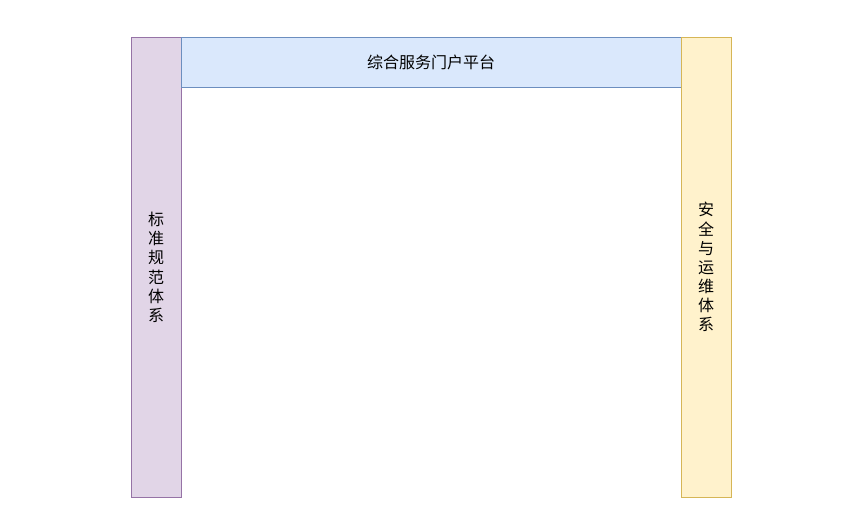
Above: 党校架构.drawio in JaceLu/Docs (draw.io), before the change. Source tidied: cells renumbered, new cells numbered last; positions are measured from the earlier drawing's top-left corner, leaving out a move shared by most shapes. Both pictures are drawn from the tidied source at 100%, with x=0, y=0 at pixel (131, 37).
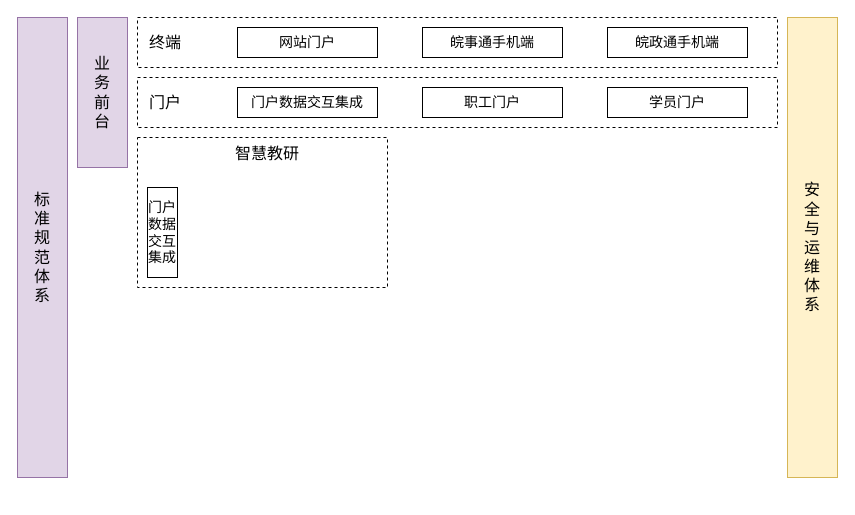
Above is the later version.

Commit message:
更新党校架构.drawio

What changed in the source:
```diff
@@
 <mxGraphModel>
   <root>
     <mxCell id="0" />
     <mxCell id="1" parent="0" />
     <mxCell id="2" value="标准规范体系" style="rounded=0;whiteSpace=wrap;html=1;fillColor=#e1d5e7;strokeColor=#9673a6;horizontal=1;fontSize=16;spacingLeft=10;spacingRight=10;" parent="1" vertex="1">
-      <mxGeometry width="50" height="460" as="geometry" />
+      <mxGeometry x="-114" y="-20" width="50" height="460" as="geometry" />
     </mxCell>
-    <mxCell id="3" value="综合服务门户平台" style="rounded=0;whiteSpace=wrap;html=1;fillColor=#dae8fc;strokeColor=#6c8ebf;fontSize=16;" parent="1" vertex="1">
-      <mxGeometry x="50" width="500" height="50" as="geometry" />
-    </mxCell>
     <mxCell id="4" value="安全与运维体系" style="rounded=0;whiteSpace=wrap;html=1;fillColor=#fff2cc;strokeColor=#d6b656;horizontal=1;fontSize=16;spacingLeft=10;spacingRight=10;" parent="1" vertex="1">
-      <mxGeometry x="550" width="50" height="460" as="geometry" />
+      <mxGeometry x="656" y="-20" width="50" height="460" as="geometry" />
     </mxCell>
+    <mxCell id="5" value="终端" style="rounded=0;whiteSpace=wrap;html=1;fontSize=16;align=left;spacingLeft=10;dashed=1;" parent="1" vertex="1">
+      <mxGeometry x="6" y="-20" width="640" height="50" as="geometry" />
+    </mxCell>
+    <mxCell id="6" value="业务前台" style="rounded=0;whiteSpace=wrap;html=1;fillColor=#e1d5e7;strokeColor=#9673a6;horizontal=1;fontSize=16;spacingLeft=10;spacingRight=10;" parent="1" vertex="1">
+      <mxGeometry x="-54" y="-20" width="50" height="150" as="geometry" />
+    </mxCell>
+    <mxCell id="7" value="网站门户" style="rounded=0;whiteSpace=wrap;html=1;fontSize=14;" parent="1" vertex="1">
+      <mxGeometry x="106" y="-10" width="140" height="30" as="geometry" />
+    </mxCell>
+    <mxCell id="8" value="皖事通手机端" style="rounded=0;whiteSpace=wrap;html=1;fontSize=14;" parent="1" vertex="1">
+      <mxGeometry x="291" y="-10" width="140" height="30" as="geometry" />
+    </mxCell>
+    <mxCell id="9" value="皖政通手机端" style="rounded=0;whiteSpace=wrap;html=1;fontSize=14;" parent="1" vertex="1">
+      <mxGeometry x="476" y="-10" width="140" height="30" as="geometry" />
+    </mxCell>
+    <mxCell id="10" value="门户" style="rounded=0;whiteSpace=wrap;html=1;fontSize=16;align=left;spacingLeft=10;dashed=1;" parent="1" vertex="1">
+      <mxGeometry x="6" y="40" width="640" height="50" as="geometry" />
+    </mxCell>
+    <mxCell id="11" value="门户数据交互集成" style="rounded=0;whiteSpace=wrap;html=1;fontSize=14;" parent="1" vertex="1">
+      <mxGeometry x="106" y="50" width="140" height="30" as="geometry" />
+    </mxCell>
+    <mxCell id="12" value="职工门户" style="rounded=0;whiteSpace=wrap;html=1;fontSize=14;" parent="1" vertex="1">
+      <mxGeometry x="291" y="50" width="140" height="30" as="geometry" />
+    </mxCell>
+    <mxCell id="13" value="学员门户" style="rounded=0;whiteSpace=wrap;html=1;fontSize=14;" parent="1" vertex="1">
+      <mxGeometry x="476" y="50" width="140" height="30" as="geometry" />
+    </mxCell>
+    <mxCell id="14" value="智慧教研" style="rounded=0;whiteSpace=wrap;html=1;fontSize=16;align=center;spacingLeft=10;dashed=1;verticalAlign=top;" parent="1" vertex="1">
+      <mxGeometry x="6" y="100" width="250" height="150" as="geometry" />
+    </mxCell>
+    <mxCell id="15" value="门户数据交互集成" style="rounded=0;whiteSpace=wrap;html=1;fontSize=14;" parent="1" vertex="1">
+      <mxGeometry x="16" y="150" width="30" height="90" as="geometry" />
+    </mxCell>
   </root>
 </mxGraphModel>
```
